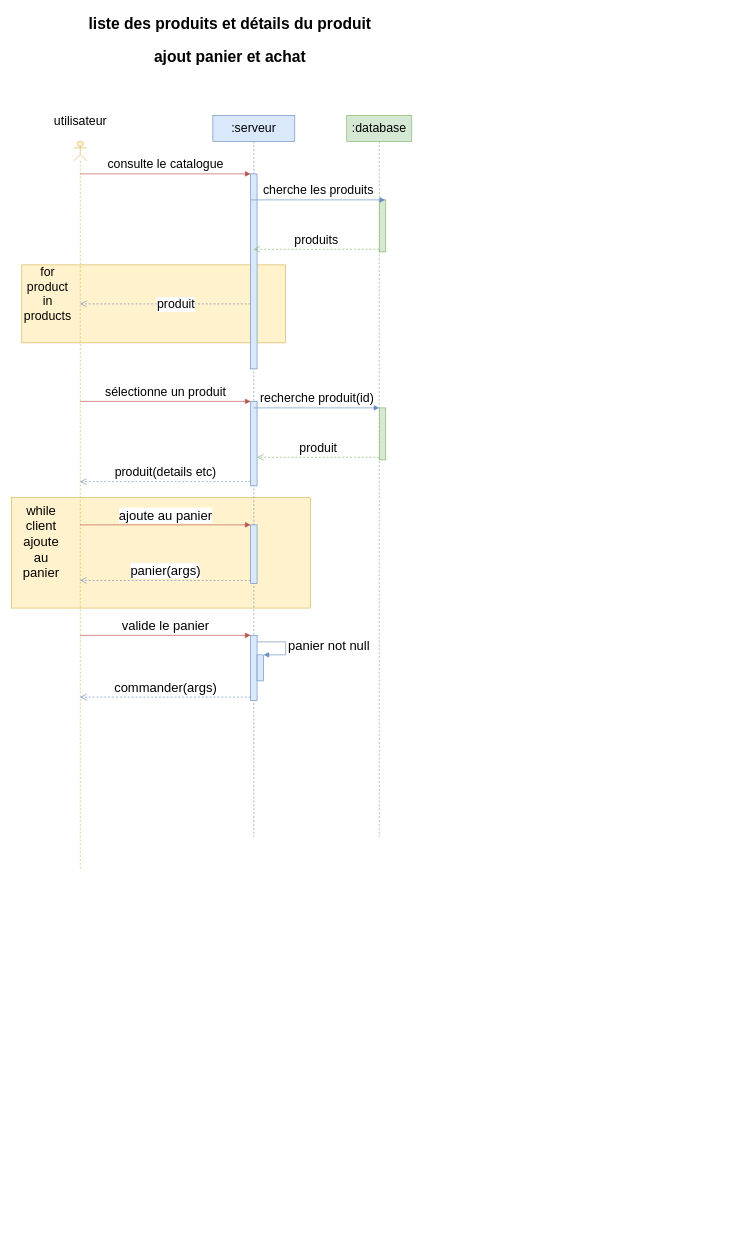
This is nemo's world/diagram/liste des produits et détails du produit.drawio from 3unjung/CDA, a draw.io file, before an edit. Source tidied: cells renumbered, new cells numbered last; positions are measured from the earlier drawing's top-left corner, leaving out a move shared by most shapes. Both pictures are drawn from the tidied source at 65%, with x=0, y=0 at pixel (11, 11).
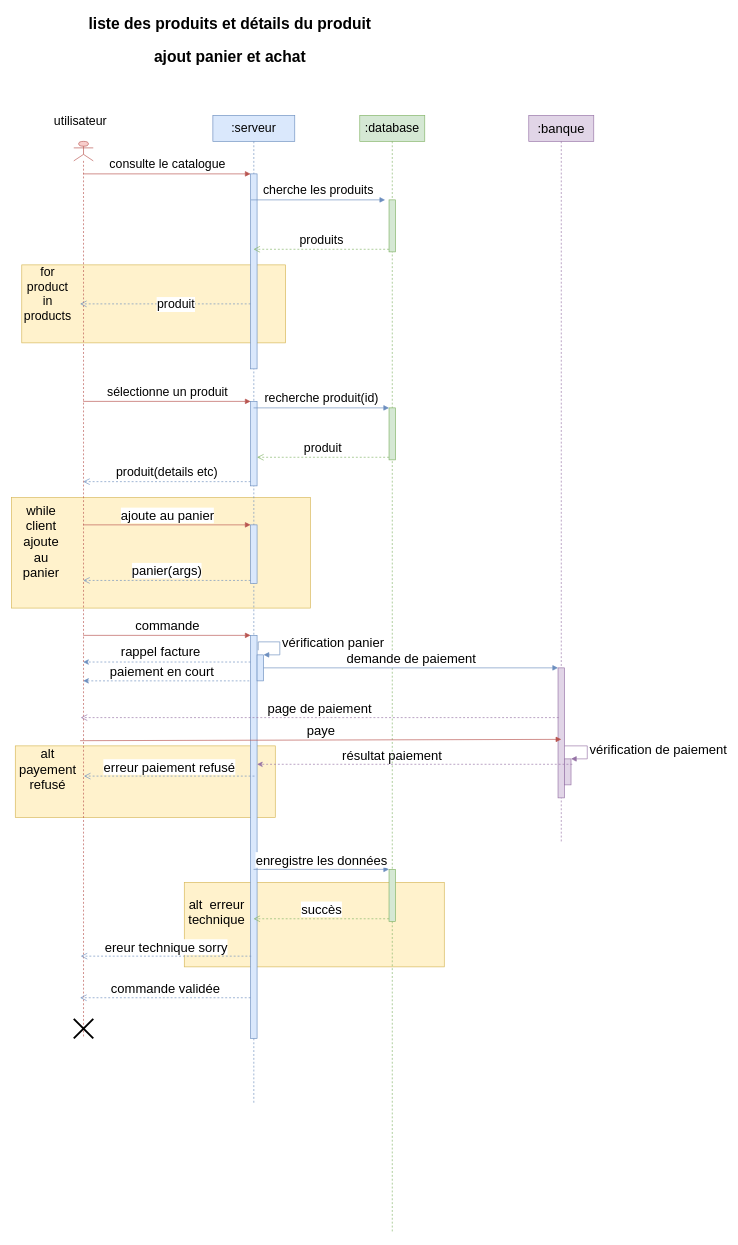
The same diagram, later.

Commit message (it also covers changes not shown here):
diagramme d'activité complet

The change refers to these unchanged cells:
```xml
<mxCell id="9" style="html=1;points=[];perimeter=orthogonalPerimeter;fontSize=20;fillColor=#dae8fc;strokeColor=#6c8ebf;" parent="3" vertex="1">
  <mxGeometry x="68" y="830" width="10" height="40" as="geometry" />
</mxCell>
```

The edit, as a diff of the source:
```diff
@@
+    <mxCell id="32" style="rounded=0;whiteSpace=wrap;html=1;fontSize=20;fillColor=#fff2cc;strokeColor=#d6b656;" parent="1" vertex="1">
+      <mxGeometry x="266" y="1340" width="400" height="130" as="geometry" />
+    </mxCell>
+    <mxCell id="33" style="rounded=0;whiteSpace=wrap;html=1;fontSize=20;fillColor=#fff2cc;strokeColor=#d6b656;" parent="1" vertex="1">
+      <mxGeometry x="6" y="1130" width="400" height="110" as="geometry" />
+    </mxCell>
@@
     <mxCell id="3" value="&lt;font style=&quot;font-size: 19px;&quot;&gt;:serveur&lt;/font&gt;" style="shape=umlLifeline;perimeter=lifelinePerimeter;whiteSpace=wrap;html=1;outlineConnect=0;fillColor=#dae8fc;strokeColor=#6c8ebf;" parent="1" vertex="1">
-      <mxGeometry x="310" y="160" width="126" height="1110" as="geometry" />
+      <mxGeometry x="310" y="160" width="126" height="1520" as="geometry" />
     </mxCell>
@@
-    <mxCell id="8" style="html=1;points=[];perimeter=orthogonalPerimeter;fontSize=20;fillColor=#dae8fc;strokeColor=#6c8ebf;" parent="3" vertex="1">
-      <mxGeometry x="58" y="800" width="10" height="100" as="geometry" />
-    </mxCell>
+    <mxCell id="34" style="html=1;points=[];perimeter=orthogonalPerimeter;fontSize=20;fillColor=#dae8fc;strokeColor=#6c8ebf;" parent="3" vertex="1">
+      <mxGeometry x="58" y="800" width="10" height="620" as="geometry" />
+    </mxCell>
@@
-    <mxCell id="10" value="panier not null" style="edgeStyle=orthogonalEdgeStyle;html=1;align=left;spacingLeft=2;endArrow=block;rounded=0;entryX=1;entryY=0;fontSize=20;fillColor=#dae8fc;strokeColor=#6c8ebf;" parent="3" edge="1" source="8" target="9">
-      <mxGeometry relative="1" as="geometry">
-        <Array as="points">
-          <mxPoint x="112" y="810" />
-          <mxPoint x="112" y="830" />
-        </Array>
-      </mxGeometry>
-    </mxCell>
+    <mxCell id="35" value="vérification panier" style="edgeStyle=orthogonalEdgeStyle;html=1;align=left;spacingLeft=2;endArrow=block;rounded=0;entryX=1;entryY=0;fontSize=20;fillColor=#dae8fc;strokeColor=#6c8ebf;exitX=1.178;exitY=0.037;exitDx=0;exitDy=0;exitPerimeter=0;" parent="3" edge="1" source="34" target="9">
+      <mxGeometry relative="1" as="geometry">
+        <Array as="points">
+          <mxPoint x="103" y="810" />
+          <mxPoint x="103" y="830" />
+        </Array>
+      </mxGeometry>
+    </mxCell>
     <mxCell id="11" value="&lt;font style=&quot;font-size: 19px;&quot;&gt;:database&lt;/font&gt;" style="shape=umlLifeline;perimeter=lifelinePerimeter;whiteSpace=wrap;html=1;fillColor=#d5e8d4;strokeColor=#82b366;" parent="1" vertex="1">
-      <mxGeometry x="516" y="160" width="100" height="1110" as="geometry" />
+      <mxGeometry x="536" y="160" width="100" height="1720" as="geometry" />
     </mxCell>
     <mxCell id="12" style="html=1;points=[];perimeter=orthogonalPerimeter;fontSize=19;fillColor=#d5e8d4;strokeColor=#82b366;" parent="11" vertex="1">
-      <mxGeometry x="50" y="130" width="10" height="80" as="geometry" />
+      <mxGeometry x="45" y="130" width="10" height="80" as="geometry" />
     </mxCell>
     <mxCell id="13" style="html=1;points=[];perimeter=orthogonalPerimeter;fontSize=19;fillColor=#d5e8d4;strokeColor=#82b366;" parent="11" vertex="1">
-      <mxGeometry x="50" y="450" width="10" height="80" as="geometry" />
+      <mxGeometry x="45" y="450" width="10" height="80" as="geometry" />
     </mxCell>
+    <mxCell id="36" style="html=1;points=[];perimeter=orthogonalPerimeter;fontSize=20;fillColor=#d5e8d4;strokeColor=#82b366;" parent="11" vertex="1">
+      <mxGeometry x="45" y="1160" width="10" height="80" as="geometry" />
+    </mxCell>
-    <mxCell id="14" style="shape=umlLifeline;participant=umlActor;perimeter=lifelinePerimeter;whiteSpace=wrap;html=1;verticalAlign=top;spacingTop=36;outlineConnect=0;fillColor=#fff2cc;strokeColor=#d6b656;size=30;" parent="1" vertex="1">
-      <mxGeometry x="96" y="200" width="20" height="1120" as="geometry" />
+    <mxCell id="14" style="shape=umlLifeline;participant=umlActor;perimeter=lifelinePerimeter;whiteSpace=wrap;html=1;verticalAlign=top;spacingTop=36;outlineConnect=0;fillColor=#f8cecc;strokeColor=#b85450;size=30;" parent="1" vertex="1">
+      <mxGeometry x="96" y="200" width="30" height="1380" as="geometry" />
     </mxCell>
+    <mxCell id="37" style="shape=umlDestroy;whiteSpace=wrap;html=1;strokeWidth=3;fontSize=20;" parent="14" vertex="1">
+      <mxGeometry y="1350" width="30" height="30" as="geometry" />
+    </mxCell>
@@
-    <mxCell id="29" value="valide le panier" style="html=1;verticalAlign=bottom;endArrow=block;entryX=0;entryY=0;rounded=0;fontSize=20;fillColor=#f8cecc;strokeColor=#b85450;" parent="1" edge="1" source="14" target="8">
-      <mxGeometry relative="1" as="geometry" />
-    </mxCell>
-    <mxCell id="30" value="commander(args)" style="html=1;verticalAlign=bottom;endArrow=open;dashed=1;endSize=8;exitX=0;exitY=0.95;rounded=0;fontSize=20;fillColor=#dae8fc;strokeColor=#6c8ebf;" parent="1" edge="1" source="8" target="14">
-      <mxGeometry relative="1" as="geometry" />
-    </mxCell>
@@
+    <mxCell id="38" value="&lt;font style=&quot;font-size: 20px;&quot;&gt;:banque&lt;/font&gt;" style="shape=umlLifeline;perimeter=lifelinePerimeter;whiteSpace=wrap;html=1;fillColor=#e1d5e7;strokeColor=#9673a6;" parent="1" vertex="1">
+      <mxGeometry x="796" y="160" width="100" height="1120" as="geometry" />
+    </mxCell>
+    <mxCell id="39" style="html=1;points=[];perimeter=orthogonalPerimeter;fontSize=20;fillColor=#e1d5e7;strokeColor=#9673a6;" parent="38" vertex="1">
+      <mxGeometry x="45" y="850" width="10" height="200" as="geometry" />
+    </mxCell>
+    <mxCell id="40" style="html=1;points=[];perimeter=orthogonalPerimeter;fontSize=20;fillColor=#e1d5e7;strokeColor=#9673a6;" parent="38" vertex="1">
+      <mxGeometry x="55" y="990" width="10" height="40" as="geometry" />
+    </mxCell>
+    <mxCell id="41" value="vérification de paiement" style="edgeStyle=orthogonalEdgeStyle;html=1;align=left;spacingLeft=2;endArrow=block;rounded=0;entryX=1;entryY=0;fontSize=20;fillColor=#e1d5e7;strokeColor=#9673a6;" parent="38" edge="1" source="39" target="40">
+      <mxGeometry relative="1" as="geometry">
+        <Array as="points">
+          <mxPoint x="90" y="970" />
+          <mxPoint x="90" y="990" />
+        </Array>
+      </mxGeometry>
+    </mxCell>
+    <mxCell id="42" value="commande" style="html=1;verticalAlign=bottom;endArrow=block;entryX=0;entryY=0;rounded=0;fontSize=20;fillColor=#f8cecc;strokeColor=#b85450;" parent="1" edge="1" source="14" target="34">
+      <mxGeometry relative="1" as="geometry" />
+    </mxCell>
+    <mxCell id="43" value="commande validée" style="html=1;verticalAlign=bottom;endArrow=open;dashed=1;endSize=8;exitX=0;exitY=0.95;rounded=0;fontSize=20;fillColor=#dae8fc;strokeColor=#6c8ebf;" parent="1" edge="1">
+      <mxGeometry relative="1" as="geometry">
+        <mxPoint x="368" y="1517.5" as="sourcePoint" />
+        <mxPoint x="105.7" y="1517.5" as="targetPoint" />
+      </mxGeometry>
+    </mxCell>
+    <mxCell id="44" value="demande de paiement" style="html=1;verticalAlign=bottom;endArrow=block;entryX=0;entryY=0;rounded=0;fontSize=20;fillColor=#dae8fc;strokeColor=#6c8ebf;" parent="1" edge="1" source="9" target="39">
+      <mxGeometry relative="1" as="geometry" />
+    </mxCell>
+    <mxCell id="45" value="page de paiement" style="html=1;verticalAlign=bottom;endArrow=open;dashed=1;endSize=8;exitX=0;exitY=0.95;rounded=0;fontSize=20;fillColor=#e1d5e7;strokeColor=#9673a6;" parent="1" edge="1">
+      <mxGeometry relative="1" as="geometry">
+        <mxPoint x="842" y="1086.5" as="sourcePoint" />
+        <mxPoint x="106.7" y="1086.5" as="targetPoint" />
+      </mxGeometry>
+    </mxCell>
+    <mxCell id="46" value="paye" style="html=1;verticalAlign=bottom;endArrow=block;rounded=0;fontSize=20;fillColor=#f8cecc;strokeColor=#b85450;" parent="1" edge="1">
+      <mxGeometry relative="1" as="geometry">
+        <mxPoint x="105.7" y="1122" as="sourcePoint" />
+        <mxPoint x="846" y="1120" as="targetPoint" />
+      </mxGeometry>
+    </mxCell>
+    <mxCell id="47" style="endArrow=classic;html=1;rounded=0;fontSize=20;exitX=1.2;exitY=0.208;exitDx=0;exitDy=0;exitPerimeter=0;fillColor=#e1d5e7;strokeColor=#9673a6;dashed=1;" parent="1" edge="1" source="40" target="34">
+      <mxGeometry relative="1" as="geometry" />
+    </mxCell>
+    <mxCell id="48" value="alt payement refusé" style="text;html=1;strokeColor=none;fillColor=none;align=center;verticalAlign=middle;whiteSpace=wrap;rounded=0;fontSize=20;" parent="1" vertex="1">
+      <mxGeometry x="26" y="1150" width="60" height="30" as="geometry" />
+    </mxCell>
+    <mxCell id="49" style="endArrow=classic;html=1;rounded=0;dashed=1;fontSize=20;fillColor=#dae8fc;strokeColor=#6c8ebf;" parent="1" edge="1" target="14">
+      <mxGeometry relative="1" as="geometry">
+        <mxPoint x="368" y="1001" as="sourcePoint" />
+      </mxGeometry>
+    </mxCell>
+    <mxCell id="50" value="rappel facture" style="text;html=1;strokeColor=none;fillColor=none;align=center;verticalAlign=middle;whiteSpace=wrap;rounded=0;fontSize=20;" parent="1" vertex="1">
+      <mxGeometry x="132" y="970" width="196" height="30" as="geometry" />
+    </mxCell>
+    <mxCell id="51" style="endArrow=classic;html=1;rounded=0;dashed=1;fontSize=20;fillColor=#dae8fc;strokeColor=#6c8ebf;" parent="1" edge="1" target="14">
+      <mxGeometry relative="1" as="geometry">
+        <mxPoint x="366" y="1030" as="sourcePoint" />
+      </mxGeometry>
+    </mxCell>
+    <mxCell id="52" value="paiement en court" style="text;html=1;strokeColor=none;fillColor=none;align=center;verticalAlign=middle;whiteSpace=wrap;rounded=0;fontSize=20;" parent="1" vertex="1">
+      <mxGeometry x="104" y="1000" width="256" height="30" as="geometry" />
+    </mxCell>
+    <mxCell id="53" value="résultat paiement" style="text;html=1;strokeColor=none;fillColor=none;align=center;verticalAlign=middle;whiteSpace=wrap;rounded=0;fontSize=20;" parent="1" vertex="1">
+      <mxGeometry x="476" y="1130" width="220" height="30" as="geometry" />
+    </mxCell>
+    <mxCell id="54" value="erreur paiement refusé" style="html=1;verticalAlign=bottom;endArrow=open;dashed=1;endSize=8;exitX=0;exitY=0.95;rounded=0;fontSize=20;fillColor=#dae8fc;strokeColor=#6c8ebf;" parent="1" edge="1">
+      <mxGeometry relative="1" as="geometry">
+        <mxPoint x="374" y="1176.5" as="sourcePoint" />
+        <mxPoint x="111.7" y="1176.5" as="targetPoint" />
+      </mxGeometry>
+    </mxCell>
+    <mxCell id="55" value="enregistre les données" style="html=1;verticalAlign=bottom;endArrow=block;entryX=0;entryY=0;rounded=0;fontSize=20;fillColor=#dae8fc;strokeColor=#6c8ebf;" parent="1" edge="1" source="3" target="36">
+      <mxGeometry relative="1" as="geometry" />
+    </mxCell>
+    <mxCell id="56" value="succès" style="html=1;verticalAlign=bottom;endArrow=open;dashed=1;endSize=8;exitX=0;exitY=0.95;rounded=0;fontSize=20;fillColor=#d5e8d4;strokeColor=#82b366;" parent="1" edge="1" source="36" target="3">
+      <mxGeometry relative="1" as="geometry" />
+    </mxCell>
+    <mxCell id="57" value="alt&amp;nbsp; erreur technique" style="text;html=1;strokeColor=none;fillColor=none;align=center;verticalAlign=middle;whiteSpace=wrap;rounded=0;fontSize=20;" parent="1" vertex="1">
+      <mxGeometry x="286" y="1350" width="60" height="70" as="geometry" />
+    </mxCell>
+    <mxCell id="58" value="ereur technique sorry" style="html=1;verticalAlign=bottom;endArrow=open;dashed=1;endSize=8;exitX=0;exitY=0.95;rounded=0;fontSize=20;fillColor=#dae8fc;strokeColor=#6c8ebf;" parent="1" edge="1">
+      <mxGeometry relative="1" as="geometry">
+        <mxPoint x="369" y="1453.5" as="sourcePoint" />
+        <mxPoint x="106.7" y="1453.5" as="targetPoint" />
+      </mxGeometry>
+    </mxCell>
```
